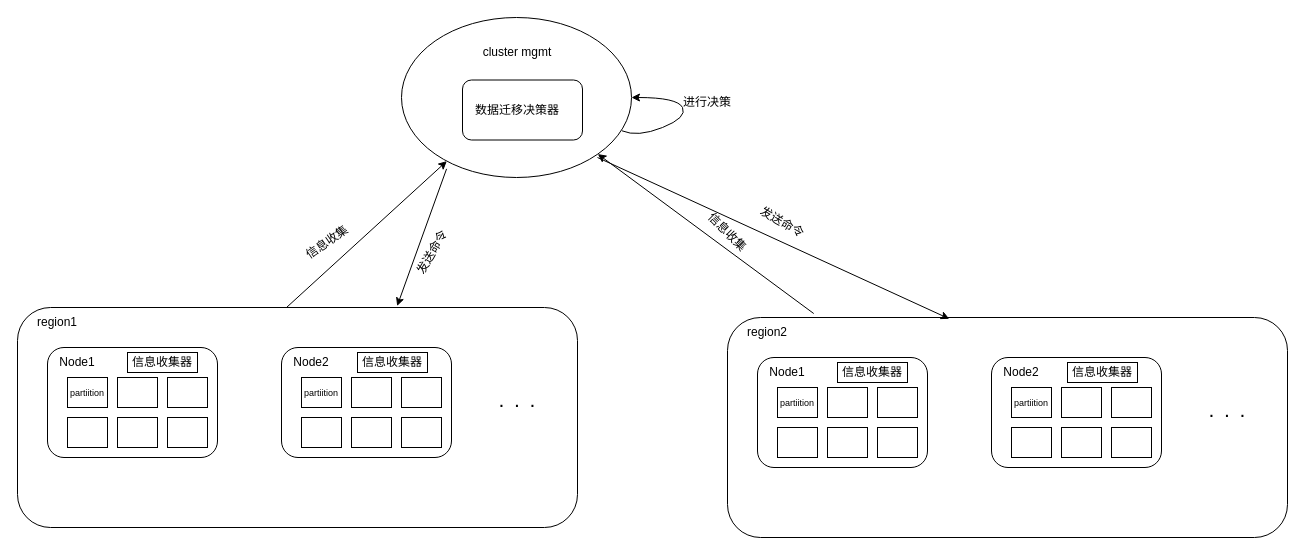
Mo-yang22/TCP-IP keeps this draw.io diagram as 未命名绘图.drawio. Above is the earlier version. Source tidied: cells renumbered, new cells numbered last; positions are measured from the earlier drawing's top-left corner, leaving out a move shared by most shapes. Both pictures are drawn from the tidied source at 100%, with x=0, y=0 at pixel (17, 17).
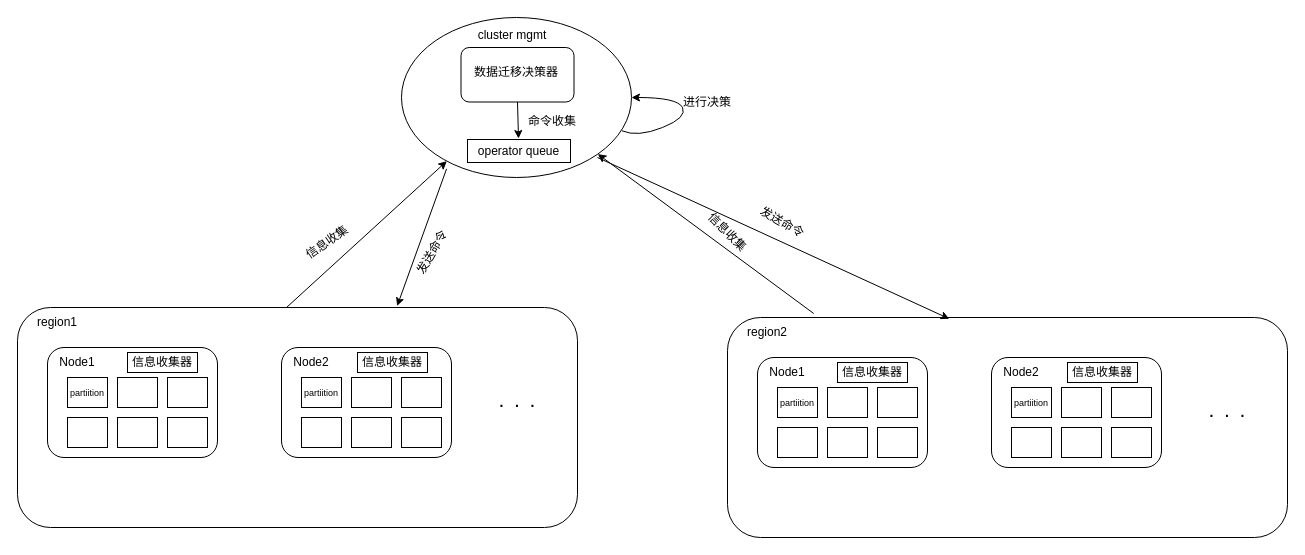
Above is the later version.

Commit message:
更新未命名绘图.drawio

The edit, as a diff of the source:
```diff
@@
     <mxCell id="26" value="cluster mgmt" style="text;html=1;strokeColor=none;fillColor=none;align=center;verticalAlign=middle;whiteSpace=wrap;rounded=0;" parent="1" vertex="1">
-      <mxGeometry x="442" y="20" width="116" height="30" as="geometry" />
+      <mxGeometry x="437" y="3" width="116" height="30" as="geometry" />
     </mxCell>
     <mxCell id="27" value="数据迁移决策器" style="text;html=1;strokeColor=none;fillColor=none;align=center;verticalAlign=middle;whiteSpace=wrap;rounded=0;" parent="1" vertex="1">
-      <mxGeometry x="450" y="70" width="100" height="45" as="geometry" />
+      <mxGeometry x="448.5" y="32" width="100" height="45" as="geometry" />
     </mxCell>
@@
     <mxCell id="53" style="rounded=1;whiteSpace=wrap;html=1;fillColor=none;" parent="1" vertex="1">
-      <mxGeometry x="445" y="62.5" width="120" height="60" as="geometry" />
+      <mxGeometry x="443.5" y="30" width="113" height="54.5" as="geometry" />
     </mxCell>
@@
+    <mxCell id="62" value="operator queue" style="rounded=0;whiteSpace=wrap;html=1;" parent="1" vertex="1">
+      <mxGeometry x="450" y="122" width="103" height="23" as="geometry" />
+    </mxCell>
+    <mxCell id="63" style="endArrow=classic;html=1;rounded=0;exitX=0.5;exitY=1;exitDx=0;exitDy=0;" parent="1" edge="1" source="53">
+      <mxGeometry relative="1" as="geometry">
+        <mxPoint x="501" y="121" as="targetPoint" />
+      </mxGeometry>
+    </mxCell>
+    <mxCell id="64" value="命令收集" style="text;strokeColor=none;fillColor=none;align=left;verticalAlign=middle;spacingLeft=4;spacingRight=4;overflow=hidden;whiteSpace=wrap;html=1;" parent="1" vertex="1">
+      <mxGeometry x="505" y="89" width="80" height="30" as="geometry" />
+    </mxCell>
```
